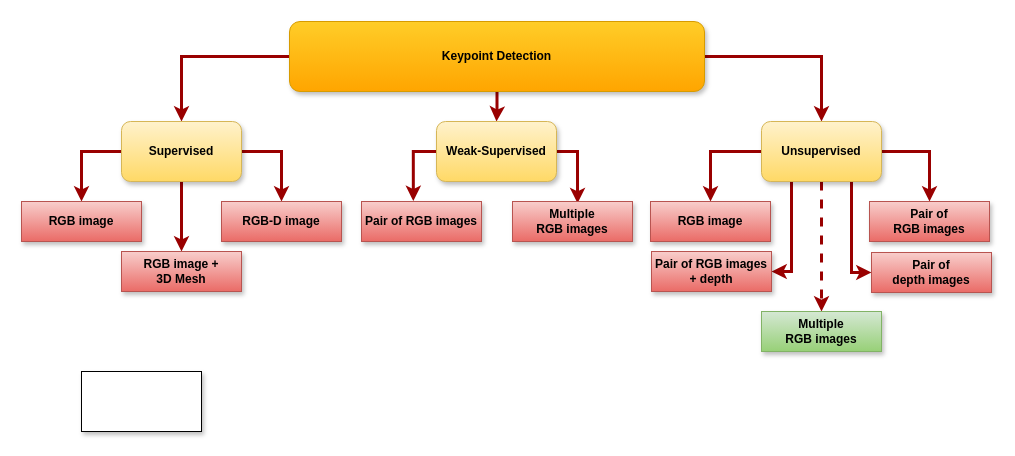
Mike335207/work keeps this draw.io diagram as Untitled Diagram.drawio. Above is the earlier version. Source tidied: cells renumbered, new cells numbered last; positions are measured from the earlier drawing's top-left corner, leaving out a move shared by most shapes. Both pictures are drawn from the tidied source at 100%, with x=0, y=0 at pixel (21, 21).
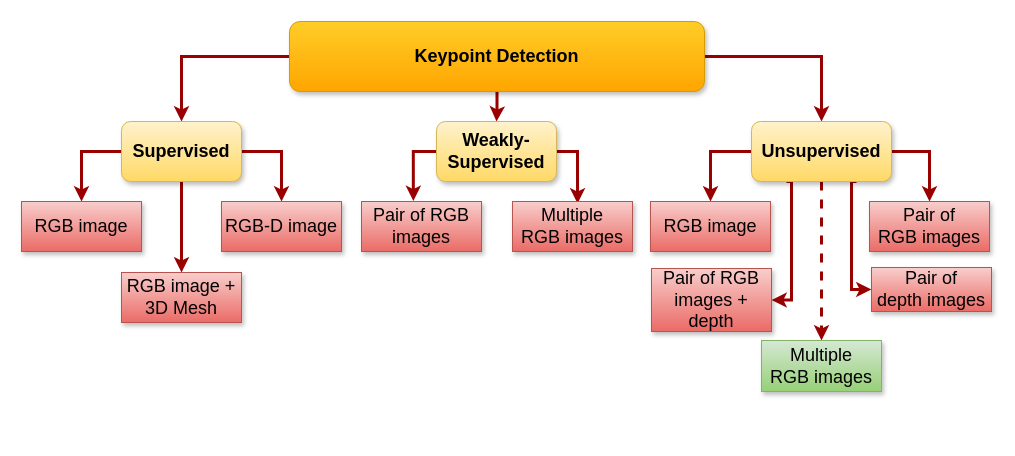
After the change.

Change to the diagram source:
```diff
@@
-    <mxCell id="2" style="edgeStyle=orthogonalEdgeStyle;rounded=0;jettySize=auto;html=1;entryX=0.5;entryY=0;entryDx=0;entryDy=0;strokeColor=#990000;strokeWidth=3;" parent="1" edge="1" source="5" target="18">
+    <mxCell id="2" style="edgeStyle=orthogonalEdgeStyle;rounded=0;jettySize=auto;html=1;entryX=0.5;entryY=0;entryDx=0;entryDy=0;strokeColor=#990000;strokeWidth=3;fontSize=18;fontStyle=0;" parent="1" edge="1" source="5" target="18">
       <mxGeometry relative="1" as="geometry" />
     </mxCell>
-    <mxCell id="3" style="edgeStyle=orthogonalEdgeStyle;rounded=0;jettySize=auto;html=1;exitX=1;exitY=0.5;exitDx=0;exitDy=0;entryX=0.5;entryY=0;entryDx=0;entryDy=0;strokeColor=#990000;strokeWidth=3;" parent="1" edge="1" source="5" target="15">
+    <mxCell id="3" style="edgeStyle=orthogonalEdgeStyle;rounded=0;jettySize=auto;html=1;exitX=1;exitY=0.5;exitDx=0;exitDy=0;entryX=0.5;entryY=0;entryDx=0;entryDy=0;strokeColor=#990000;strokeWidth=3;fontSize=18;fontStyle=0;" parent="1" edge="1" source="5" target="15">
       <mxGeometry relative="1" as="geometry" />
     </mxCell>
-    <mxCell id="4" style="edgeStyle=orthogonalEdgeStyle;rounded=0;jettySize=auto;html=1;strokeColor=#990000;strokeWidth=3;" parent="1" edge="1" source="5" target="9">
+    <mxCell id="4" style="edgeStyle=orthogonalEdgeStyle;rounded=0;jettySize=auto;html=1;strokeColor=#990000;strokeWidth=3;fontSize=18;fontStyle=0;" parent="1" edge="1" source="5" target="9">
       <mxGeometry relative="1" as="geometry" />
     </mxCell>
-    <mxCell id="5" value="Keypoint Detection" style="rounded=1;whiteSpace=wrap;html=1;fillColor=#ffcd28;strokeColor=#d79b00;fontStyle=1;gradientColor=#ffa500;shadow=1;" parent="1" vertex="1">
+    <mxCell id="5" value="Keypoint Detection" style="rounded=1;whiteSpace=wrap;html=1;fillColor=#ffcd28;strokeColor=#d79b00;fontStyle=1;gradientColor=#ffa500;shadow=1;fontSize=18;" parent="1" vertex="1">
       <mxGeometry x="268" width="415" height="70" as="geometry" />
     </mxCell>
-    <mxCell id="6" style="edgeStyle=orthogonalEdgeStyle;rounded=0;jettySize=auto;html=1;entryX=0.5;entryY=0;entryDx=0;entryDy=0;exitX=0;exitY=0.5;exitDx=0;exitDy=0;spacing=3;gradientColor=#ea6b66;fillColor=#f8cecc;strokeColor=#990000;strokeWidth=3;" parent="1" edge="1" source="9" target="19">
+    <mxCell id="6" style="edgeStyle=orthogonalEdgeStyle;rounded=0;jettySize=auto;html=1;entryX=0.5;entryY=0;entryDx=0;entryDy=0;exitX=0;exitY=0.5;exitDx=0;exitDy=0;spacing=3;gradientColor=#ea6b66;fillColor=#f8cecc;strokeColor=#990000;strokeWidth=3;fontSize=18;fontStyle=0;" parent="1" edge="1" source="9" target="19">
       <mxGeometry relative="1" as="geometry" />
     </mxCell>
-    <mxCell id="7" style="edgeStyle=orthogonalEdgeStyle;rounded=0;jettySize=auto;html=1;exitX=1;exitY=0.5;exitDx=0;exitDy=0;entryX=0.5;entryY=0;entryDx=0;entryDy=0;strokeColor=#990000;strokeWidth=3;" parent="1" edge="1" source="9" target="20">
+    <mxCell id="7" style="edgeStyle=orthogonalEdgeStyle;rounded=0;jettySize=auto;html=1;exitX=1;exitY=0.5;exitDx=0;exitDy=0;entryX=0.5;entryY=0;entryDx=0;entryDy=0;strokeColor=#990000;strokeWidth=3;fontSize=18;fontStyle=0;" parent="1" edge="1" source="9" target="20">
       <mxGeometry relative="1" as="geometry" />
     </mxCell>
-    <mxCell id="8" style="edgeStyle=orthogonalEdgeStyle;rounded=0;jettySize=auto;html=1;exitX=0.5;exitY=1;exitDx=0;exitDy=0;strokeColor=#990000;strokeWidth=3;" parent="1" edge="1" source="9" target="21">
+    <mxCell id="8" style="edgeStyle=orthogonalEdgeStyle;rounded=0;jettySize=auto;html=1;exitX=0.5;exitY=1;exitDx=0;exitDy=0;strokeColor=#990000;strokeWidth=3;fontSize=18;fontStyle=0;" parent="1" edge="1" source="9" target="21">
       <mxGeometry relative="1" as="geometry" />
     </mxCell>
-    <mxCell id="9" value="Supervised" style="rounded=1;whiteSpace=wrap;html=1;fillColor=#fff2cc;strokeColor=#d6b656;fontStyle=1;gradientColor=#ffd966;shadow=1;comic=0;glass=0;" parent="1" vertex="1">
+    <mxCell id="9" value="Supervised" style="rounded=1;whiteSpace=wrap;html=1;fillColor=#fff2cc;strokeColor=#d6b656;fontStyle=1;gradientColor=#ffd966;shadow=1;comic=0;glass=0;fontSize=18;" parent="1" vertex="1">
       <mxGeometry x="100" y="100" width="120" height="60" as="geometry" />
     </mxCell>
-    <mxCell id="10" style="edgeStyle=orthogonalEdgeStyle;rounded=0;jettySize=auto;html=1;exitX=0;exitY=0.5;exitDx=0;exitDy=0;strokeColor=#990000;strokeWidth=3;" parent="1" edge="1" source="15" target="24">
+    <mxCell id="10" style="edgeStyle=orthogonalEdgeStyle;rounded=0;jettySize=auto;html=1;exitX=0;exitY=0.5;exitDx=0;exitDy=0;strokeColor=#990000;strokeWidth=3;fontSize=18;fontStyle=0;" parent="1" edge="1" source="15" target="24">
       <mxGeometry relative="1" as="geometry" />
     </mxCell>
-    <mxCell id="11" style="edgeStyle=orthogonalEdgeStyle;rounded=0;jettySize=auto;html=1;exitX=1;exitY=0.5;exitDx=0;exitDy=0;entryX=0.5;entryY=0;entryDx=0;entryDy=0;strokeColor=#990000;strokeWidth=3;" parent="1" edge="1" source="15" target="25">
+    <mxCell id="11" style="edgeStyle=orthogonalEdgeStyle;rounded=0;jettySize=auto;html=1;exitX=1;exitY=0.5;exitDx=0;exitDy=0;entryX=0.5;entryY=0;entryDx=0;entryDy=0;strokeColor=#990000;strokeWidth=3;fontSize=18;fontStyle=0;" parent="1" edge="1" source="15" target="25">
       <mxGeometry relative="1" as="geometry" />
     </mxCell>
-    <mxCell id="12" style="edgeStyle=orthogonalEdgeStyle;rounded=0;jettySize=auto;html=1;exitX=0.25;exitY=1;exitDx=0;exitDy=0;entryX=1;entryY=0.5;entryDx=0;entryDy=0;strokeColor=#990000;strokeWidth=3;" parent="1" edge="1" source="15" target="26">
-      <mxGeometry relative="1" as="geometry" />
+    <mxCell id="12" style="edgeStyle=orthogonalEdgeStyle;rounded=0;jettySize=auto;html=1;exitX=0.25;exitY=1;exitDx=0;exitDy=0;entryX=1;entryY=0.5;entryDx=0;entryDy=0;strokeColor=#990000;strokeWidth=3;fontSize=18;fontStyle=0;" parent="1" edge="1" source="15" target="26">
+      <mxGeometry relative="1" as="geometry">
+        <Array as="points">
+          <mxPoint x="770" y="160" />
+          <mxPoint x="770" y="279" />
+        </Array>
+      </mxGeometry>
     </mxCell>
-    <mxCell id="13" style="edgeStyle=orthogonalEdgeStyle;rounded=0;jettySize=auto;html=1;exitX=0.75;exitY=1;exitDx=0;exitDy=0;entryX=0;entryY=0.5;entryDx=0;entryDy=0;strokeColor=#990000;strokeWidth=3;" parent="1" edge="1" source="15" target="27">
-      <mxGeometry relative="1" as="geometry" />
+    <mxCell id="13" style="edgeStyle=orthogonalEdgeStyle;rounded=0;jettySize=auto;html=1;exitX=0.75;exitY=1;exitDx=0;exitDy=0;entryX=0;entryY=0.5;entryDx=0;entryDy=0;strokeColor=#990000;strokeWidth=3;fontSize=18;fontStyle=0;" parent="1" edge="1" source="15" target="27">
+      <mxGeometry relative="1" as="geometry">
+        <Array as="points">
+          <mxPoint x="830" y="160" />
+          <mxPoint x="830" y="268" />
+        </Array>
+      </mxGeometry>
     </mxCell>
-    <mxCell id="14" style="edgeStyle=orthogonalEdgeStyle;rounded=0;jettySize=auto;html=1;exitX=0.5;exitY=1;exitDx=0;exitDy=0;entryX=0.5;entryY=0;entryDx=0;entryDy=0;strokeColor=#990000;strokeWidth=3;dashed=1;" parent="1" edge="1" source="15" target="28">
+    <mxCell id="14" style="edgeStyle=orthogonalEdgeStyle;rounded=0;jettySize=auto;html=1;exitX=0.5;exitY=1;exitDx=0;exitDy=0;entryX=0.5;entryY=0;entryDx=0;entryDy=0;strokeColor=#990000;strokeWidth=3;dashed=1;fontSize=18;fontStyle=0;" parent="1" edge="1" source="15" target="28">
       <mxGeometry relative="1" as="geometry" />
     </mxCell>
-    <mxCell id="15" value="Unsupervised" style="rounded=1;whiteSpace=wrap;html=1;fillColor=#fff2cc;strokeColor=#d6b656;fontStyle=1;gradientColor=#ffd966;shadow=1;" parent="1" vertex="1">
-      <mxGeometry x="740" y="100" width="120" height="60" as="geometry" />
+    <mxCell id="15" value="Unsupervised" style="rounded=1;whiteSpace=wrap;html=1;fillColor=#fff2cc;strokeColor=#d6b656;fontStyle=1;gradientColor=#ffd966;shadow=1;fontSize=18;" parent="1" vertex="1">
+      <mxGeometry x="730" y="100" width="140" height="60" as="geometry" />
     </mxCell>
-    <mxCell id="16" style="edgeStyle=orthogonalEdgeStyle;rounded=0;jettySize=auto;html=1;exitX=0;exitY=0.5;exitDx=0;exitDy=0;entryX=0.432;entryY=-0.011;entryDx=0;entryDy=0;entryPerimeter=0;strokeColor=#990000;strokeWidth=3;" parent="1" edge="1" source="18" target="22">
+    <mxCell id="16" style="edgeStyle=orthogonalEdgeStyle;rounded=0;jettySize=auto;html=1;exitX=0;exitY=0.5;exitDx=0;exitDy=0;entryX=0.432;entryY=-0.011;entryDx=0;entryDy=0;entryPerimeter=0;strokeColor=#990000;strokeWidth=3;fontSize=18;fontStyle=0;" parent="1" edge="1" source="18" target="22">
       <mxGeometry relative="1" as="geometry" />
     </mxCell>
-    <mxCell id="17" style="edgeStyle=orthogonalEdgeStyle;rounded=0;jettySize=auto;html=1;exitX=1;exitY=0.5;exitDx=0;exitDy=0;entryX=0.542;entryY=0.041;entryDx=0;entryDy=0;entryPerimeter=0;strokeColor=#990000;strokeWidth=3;" parent="1" edge="1" source="18" target="23">
+    <mxCell id="17" style="edgeStyle=orthogonalEdgeStyle;rounded=0;jettySize=auto;html=1;exitX=1;exitY=0.5;exitDx=0;exitDy=0;entryX=0.542;entryY=0.041;entryDx=0;entryDy=0;entryPerimeter=0;strokeColor=#990000;strokeWidth=3;fontSize=18;fontStyle=0;" parent="1" edge="1" source="18" target="23">
       <mxGeometry relative="1" as="geometry" />
     </mxCell>
-    <mxCell id="18" value="Weak-Supervised" style="rounded=1;whiteSpace=wrap;html=1;fillColor=#fff2cc;strokeColor=#d6b656;fontStyle=1;gradientColor=#ffd966;shadow=1;" parent="1" vertex="1">
+    <mxCell id="18" value="Weakly-Supervised" style="rounded=1;whiteSpace=wrap;html=1;fillColor=#fff2cc;strokeColor=#d6b656;fontStyle=1;gradientColor=#ffd966;shadow=1;fontSize=18;" parent="1" vertex="1">
       <mxGeometry x="415" y="100" width="120" height="60" as="geometry" />
     </mxCell>
-    <mxCell id="19" value="RGB image" style="rounded=0;whiteSpace=wrap;html=1;gradientColor=#ea6b66;fillColor=#f8cecc;strokeColor=#b85450;fontStyle=1;shadow=1;" parent="1" vertex="1">
-      <mxGeometry y="180" width="120" height="40" as="geometry" />
+    <mxCell id="19" value="RGB image" style="rounded=0;whiteSpace=wrap;html=1;gradientColor=#ea6b66;fillColor=#f8cecc;strokeColor=#b85450;fontStyle=0;shadow=1;fontSize=18;" parent="1" vertex="1">
+      <mxGeometry y="180" width="120" height="50" as="geometry" />
     </mxCell>
-    <mxCell id="20" value="RGB-D image" style="rounded=0;whiteSpace=wrap;html=1;gradientColor=#ea6b66;fillColor=#f8cecc;strokeColor=#b85450;fontStyle=1;shadow=1;" parent="1" vertex="1">
-      <mxGeometry x="200" y="180" width="120" height="40" as="geometry" />
+    <mxCell id="20" value="RGB-D image" style="rounded=0;whiteSpace=wrap;html=1;gradientColor=#ea6b66;fillColor=#f8cecc;strokeColor=#b85450;fontStyle=0;shadow=1;fontSize=18;" parent="1" vertex="1">
+      <mxGeometry x="200" y="180" width="120" height="50" as="geometry" />
     </mxCell>
-    <mxCell id="21" value="&lt;div&gt;RGB image + &lt;br&gt;&lt;/div&gt;&lt;div&gt;3D Mesh&lt;/div&gt;" style="rounded=0;whiteSpace=wrap;html=1;gradientColor=#ea6b66;fillColor=#f8cecc;strokeColor=#b85450;fontStyle=1;shadow=1;" parent="1" vertex="1">
-      <mxGeometry x="100" y="230" width="120" height="40" as="geometry" />
+    <mxCell id="21" value="&lt;div style=&quot;font-size: 18px;&quot;&gt;RGB image + &lt;br style=&quot;font-size: 18px;&quot;&gt;&lt;/div&gt;&lt;div style=&quot;font-size: 18px;&quot;&gt;3D Mesh&lt;/div&gt;" style="rounded=0;whiteSpace=wrap;html=1;gradientColor=#ea6b66;fillColor=#f8cecc;strokeColor=#b85450;fontStyle=0;shadow=1;fontSize=18;spacing=1;" parent="1" vertex="1">
+      <mxGeometry x="100" y="251" width="120" height="50" as="geometry" />
     </mxCell>
-    <mxCell id="22" value="Pair of RGB images" style="rounded=0;whiteSpace=wrap;html=1;gradientColor=#ea6b66;fillColor=#f8cecc;strokeColor=#b85450;fontStyle=1;shadow=1;" parent="1" vertex="1">
-      <mxGeometry x="340" y="180" width="120" height="40" as="geometry" />
+    <mxCell id="22" value="Pair of RGB images" style="rounded=0;whiteSpace=wrap;html=1;gradientColor=#ea6b66;fillColor=#f8cecc;strokeColor=#b85450;fontStyle=0;shadow=1;fontSize=18;" parent="1" vertex="1">
+      <mxGeometry x="340" y="180" width="120" height="50" as="geometry" />
     </mxCell>
-    <mxCell id="23" value="&lt;div&gt;Multiple&lt;/div&gt;&lt;div&gt; RGB images&lt;/div&gt;" style="rounded=0;whiteSpace=wrap;html=1;gradientColor=#ea6b66;fillColor=#f8cecc;strokeColor=#b85450;fontStyle=1;shadow=1;" parent="1" vertex="1">
-      <mxGeometry x="491" y="180" width="120" height="40" as="geometry" />
+    <mxCell id="23" value="&lt;div style=&quot;font-size: 18px;&quot;&gt;Multiple&lt;/div&gt;&lt;div style=&quot;font-size: 18px;&quot;&gt; RGB images&lt;/div&gt;" style="rounded=0;whiteSpace=wrap;html=1;gradientColor=#ea6b66;fillColor=#f8cecc;strokeColor=#b85450;fontStyle=0;shadow=1;fontSize=18;" parent="1" vertex="1">
+      <mxGeometry x="491" y="180" width="120" height="50" as="geometry" />
     </mxCell>
-    <mxCell id="24" value="RGB image" style="rounded=0;whiteSpace=wrap;html=1;gradientColor=#ea6b66;fillColor=#f8cecc;strokeColor=#b85450;fontStyle=1;shadow=1;" parent="1" vertex="1">
-      <mxGeometry x="629" y="180" width="120" height="40" as="geometry" />
+    <mxCell id="24" value="RGB image" style="rounded=0;whiteSpace=wrap;html=1;gradientColor=#ea6b66;fillColor=#f8cecc;strokeColor=#b85450;fontStyle=0;shadow=1;fontSize=18;" parent="1" vertex="1">
+      <mxGeometry x="629" y="180" width="120" height="50" as="geometry" />
     </mxCell>
-    <mxCell id="25" value="&lt;div&gt;Pair of &lt;br&gt;&lt;/div&gt;&lt;div&gt;RGB images&lt;/div&gt;" style="rounded=0;whiteSpace=wrap;html=1;gradientColor=#ea6b66;fillColor=#f8cecc;strokeColor=#b85450;fontStyle=1;shadow=1;" parent="1" vertex="1">
-      <mxGeometry x="848" y="180" width="120" height="40" as="geometry" />
+    <mxCell id="25" value="&lt;div style=&quot;font-size: 18px;&quot;&gt;Pair of &lt;br style=&quot;font-size: 18px;&quot;&gt;&lt;/div&gt;&lt;div style=&quot;font-size: 18px;&quot;&gt;RGB images&lt;/div&gt;" style="rounded=0;whiteSpace=wrap;html=1;gradientColor=#ea6b66;fillColor=#f8cecc;strokeColor=#b85450;fontStyle=0;shadow=1;fontSize=18;" parent="1" vertex="1">
+      <mxGeometry x="848" y="180" width="120" height="50" as="geometry" />
     </mxCell>
-    <mxCell id="26" value="Pair of RGB images + depth" style="rounded=0;whiteSpace=wrap;html=1;gradientColor=#ea6b66;fillColor=#f8cecc;strokeColor=#b85450;fontStyle=1;shadow=1;" parent="1" vertex="1">
-      <mxGeometry x="630" y="230" width="120" height="40" as="geometry" />
+    <mxCell id="26" value="Pair of RGB images + depth" style="rounded=0;whiteSpace=wrap;html=1;gradientColor=#ea6b66;fillColor=#f8cecc;strokeColor=#b85450;fontStyle=0;shadow=1;fontSize=18;" parent="1" vertex="1">
+      <mxGeometry x="630" y="247" width="120" height="63" as="geometry" />
     </mxCell>
-    <mxCell id="27" value="&lt;div&gt;Pair of &lt;br&gt;&lt;/div&gt;&lt;div&gt;depth images&lt;/div&gt;" style="rounded=0;whiteSpace=wrap;html=1;gradientColor=#ea6b66;fillColor=#f8cecc;strokeColor=#b85450;fontStyle=1;shadow=1;" parent="1" vertex="1">
-      <mxGeometry x="850" y="231" width="120" height="40" as="geometry" />
+    <mxCell id="27" value="&lt;div style=&quot;font-size: 18px;&quot;&gt;Pair of &lt;br style=&quot;font-size: 18px;&quot;&gt;&lt;/div&gt;&lt;div style=&quot;font-size: 18px;&quot;&gt;depth images&lt;/div&gt;" style="rounded=0;whiteSpace=wrap;html=1;gradientColor=#ea6b66;fillColor=#f8cecc;strokeColor=#b85450;fontStyle=0;shadow=1;fontSize=18;" parent="1" vertex="1">
+      <mxGeometry x="850" y="246" width="120" height="44" as="geometry" />
     </mxCell>
-    <mxCell id="28" value="&lt;div&gt;Multiple&lt;/div&gt;&lt;div&gt; RGB images&lt;/div&gt;" style="rounded=0;whiteSpace=wrap;html=1;gradientColor=#97d077;fillColor=#d5e8d4;strokeColor=#82b366;fontStyle=1;shadow=1;" parent="1" vertex="1">
-      <mxGeometry x="740" y="290" width="120" height="40" as="geometry" />
+    <mxCell id="28" value="&lt;div style=&quot;font-size: 18px;&quot;&gt;Multiple&lt;/div&gt;&lt;div style=&quot;font-size: 18px;&quot;&gt; RGB images&lt;/div&gt;" style="rounded=0;whiteSpace=wrap;html=1;gradientColor=#97d077;fillColor=#d5e8d4;strokeColor=#82b366;fontStyle=0;shadow=1;fontSize=18;" parent="1" vertex="1">
+      <mxGeometry x="740" y="319" width="120" height="51" as="geometry" />
     </mxCell>
-    <mxCell id="29" style="rounded=0;whiteSpace=wrap;html=1;shadow=1;glass=0;comic=0;" parent="1" vertex="1">
-      <mxGeometry x="60" y="350" width="120" height="60" as="geometry" />
-    </mxCell>
```
